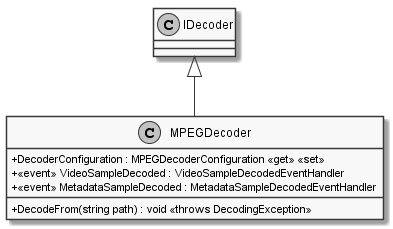
This is documents/sd/resources/Classes/Core/MORR/Transcoding/WinAPI/MPEGDecoder.png from insightmind/MORR, a PlantUML export, as it was before one commit.
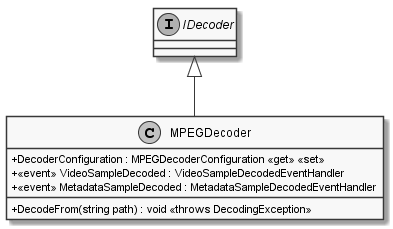
Above is the later version.

Diff of the diagram source:
```diff
@@ -1,6 +1,8 @@
 @startuml
 skinparam monochrome true
 skinparam classAttributeIconSize 0
+
+interface IDecoder
 
 class MPEGDecoder {
     + DecodeFrom(string path) : void <<throws DecodingException>>
```
